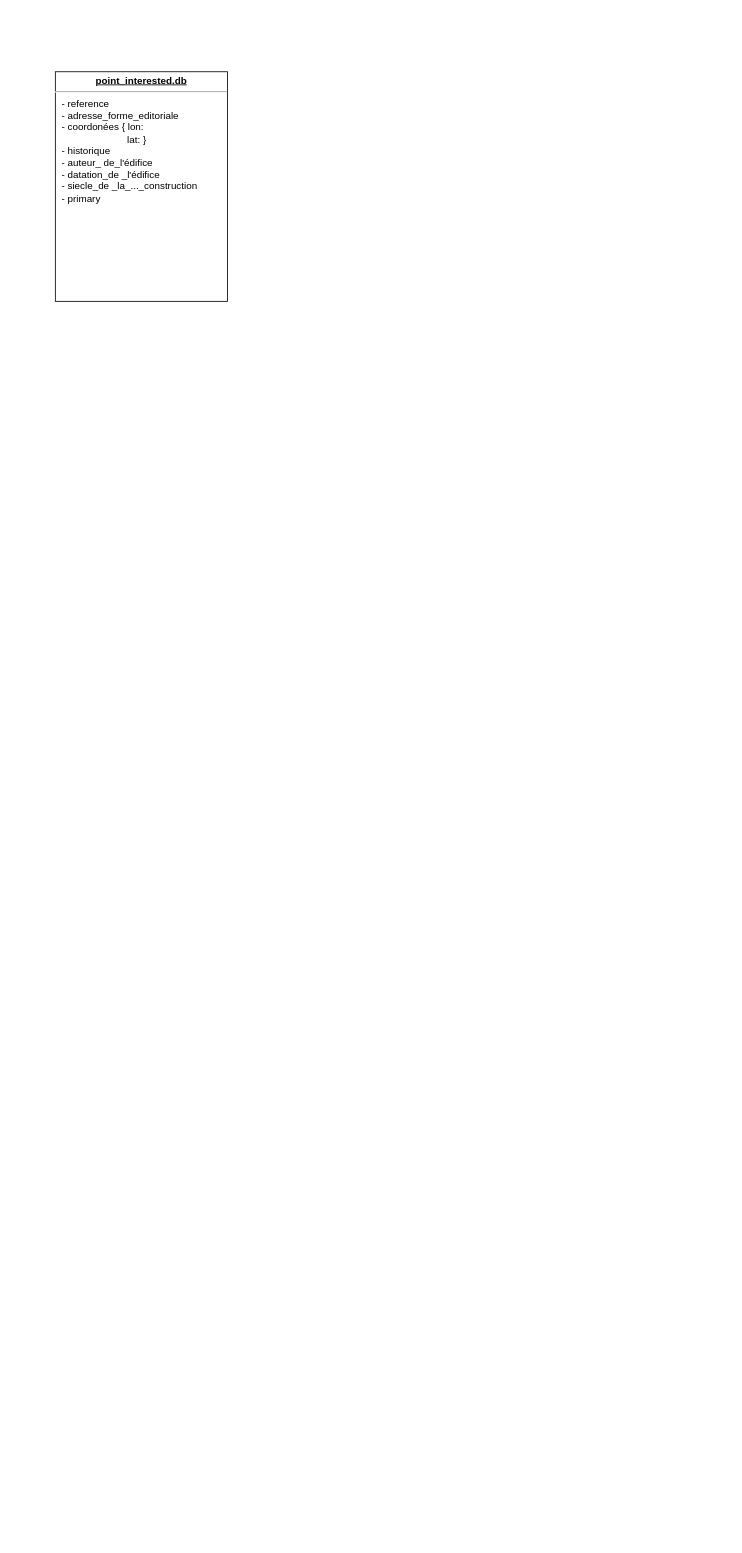
Earlier version of the draw.io diagram Diagramme sans nom.drawio (Bazajee/StepOut). Source tidied: cells renumbered, new cells numbered last; positions are measured from the earlier drawing's top-left corner, leaving out a move shared by most shapes. Both pictures are drawn from the tidied source at 82%, with x=0, y=0 at pixel (55, 71).
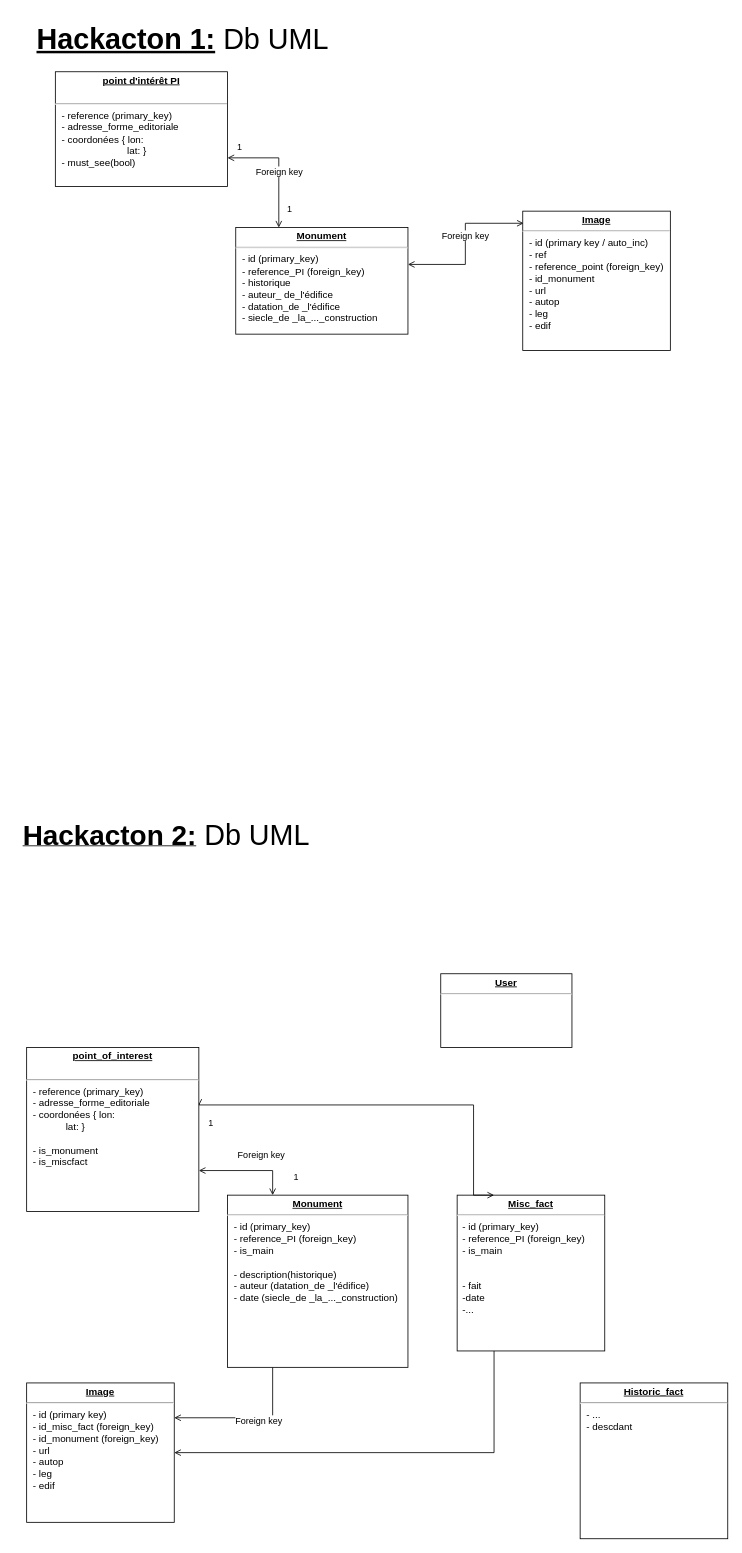
The same page after the edit.

Commit message:
Mettre à jour Diagramme sans nom.drawio

Diff of the diagram source:
```diff
@@
-    <mxCell id="2" value="&lt;p style=&quot;margin:0px;margin-top:4px;text-align:center;text-decoration:underline;&quot;&gt;&lt;b&gt;point_interested.db&lt;/b&gt;&lt;br&gt;&lt;/p&gt;&lt;hr&gt;&lt;p style=&quot;margin:0px;margin-left:8px;&quot;&gt;- reference &lt;br&gt;&lt;/p&gt;&lt;p style=&quot;margin:0px;margin-left:8px;&quot;&gt;- adresse_forme_editoriale&lt;/p&gt;&lt;p style=&quot;margin:0px;margin-left:8px;&quot;&gt;- coordonées { lon:&lt;/p&gt;&lt;p style=&quot;margin:0px;margin-left:8px;&quot;&gt;&lt;span style=&quot;white-space: pre;&quot;&gt;&#9;&lt;/span&gt;&lt;span style=&quot;white-space: pre;&quot;&gt;&#9;&lt;/span&gt;&lt;span style=&quot;white-space: pre;&quot;&gt;&#9;&lt;/span&gt;lat: }&lt;/p&gt;&lt;p style=&quot;margin:0px;margin-left:8px;&quot;&gt;- historique&lt;/p&gt;&lt;p style=&quot;margin:0px;margin-left:8px;&quot;&gt;- auteur_ de_l'édifice&lt;/p&gt;&lt;p style=&quot;margin:0px;margin-left:8px;&quot;&gt;- datation_de _l'édifice&lt;/p&gt;&lt;p style=&quot;margin:0px;margin-left:8px;&quot;&gt;- siecle_de _la_..._construction&lt;/p&gt;&lt;p style=&quot;margin:0px;margin-left:8px;&quot;&gt;- primary&lt;br&gt;&lt;/p&gt;" style="verticalAlign=top;align=left;overflow=fill;fontSize=12;fontFamily=Helvetica;html=1;whiteSpace=wrap;" parent="1" vertex="1">
-      <mxGeometry width="210" height="280" as="geometry" />
+    <mxCell id="2" value="&lt;p style=&quot;margin:0px;margin-top:4px;text-align:center;text-decoration:underline;&quot;&gt;&lt;b&gt;point d'intérêt PI&lt;/b&gt;&lt;br&gt;&lt;/p&gt;&lt;br&gt;&lt;hr&gt;&lt;p style=&quot;margin:0px;margin-left:8px;&quot;&gt;- reference (primary_key)&lt;br&gt;&lt;/p&gt;&lt;p style=&quot;margin:0px;margin-left:8px;&quot;&gt;- adresse_forme_editoriale&lt;/p&gt;&lt;p style=&quot;margin:0px;margin-left:8px;&quot;&gt;- coordonées { lon:&lt;/p&gt;&lt;p style=&quot;margin:0px;margin-left:8px;&quot;&gt;&lt;span style=&quot;white-space: pre;&quot;&gt;&#9;&lt;/span&gt;&lt;span style=&quot;white-space: pre;&quot;&gt;&#9;&lt;/span&gt;&lt;span style=&quot;white-space: pre;&quot;&gt;&#9;&lt;/span&gt;lat: }&lt;/p&gt;&lt;p style=&quot;margin:0px;margin-left:8px;&quot;&gt;- must_see(bool) &lt;br&gt;&lt;/p&gt;&lt;p style=&quot;margin:0px;margin-left:8px;&quot;&gt;&lt;br&gt;&lt;/p&gt;" style="verticalAlign=top;align=left;overflow=fill;fontSize=12;fontFamily=Helvetica;html=1;whiteSpace=wrap;" parent="1" vertex="1">
+      <mxGeometry width="210" height="140" as="geometry" />
     </mxCell>
+    <mxCell id="3" style="edgeStyle=orthogonalEdgeStyle;rounded=0;jettySize=auto;html=1;exitX=0.25;exitY=0;exitDx=0;exitDy=0;entryX=1;entryY=0.75;entryDx=0;entryDy=0;endArrow=open;endFill=0;startArrow=open;startFill=0;" parent="1" edge="1" source="5" target="2">
+      <mxGeometry relative="1" as="geometry" />
+    </mxCell>
+    <mxCell id="4" value="Foreign key" style="edgeLabel;html=1;align=center;verticalAlign=middle;" parent="3" vertex="1">
+      <mxGeometry x="0.06" y="1" relative="1" as="geometry">
+        <mxPoint x="1" y="9" as="offset" />
+      </mxGeometry>
+    </mxCell>
+    <mxCell id="5" value="&lt;p style=&quot;margin:0px;margin-top:4px;text-align:center;text-decoration:underline;&quot;&gt;&lt;b&gt;Monument&lt;/b&gt;&lt;/p&gt;&lt;hr&gt;&lt;p style=&quot;margin:0px;margin-left:8px;&quot;&gt;- id (primary_key)&lt;br&gt;&lt;/p&gt;&lt;p style=&quot;margin:0px;margin-left:8px;&quot;&gt;- reference_PI (foreign_key)&lt;br&gt;- historique&lt;/p&gt;&lt;p style=&quot;margin:0px;margin-left:8px;&quot;&gt;- auteur_ de_l'édifice&lt;/p&gt;&lt;p style=&quot;margin:0px;margin-left:8px;&quot;&gt;- datation_de _l'édifice&lt;/p&gt;&lt;p style=&quot;margin:0px;margin-left:8px;&quot;&gt;- siecle_de _la_..._construction&lt;/p&gt;&lt;p style=&quot;margin:0px;margin-left:8px;&quot;&gt;&lt;/p&gt;&lt;p style=&quot;margin:0px;margin-left:8px;&quot;&gt;&lt;/p&gt;" style="verticalAlign=top;align=left;overflow=fill;fontSize=12;fontFamily=Helvetica;html=1;whiteSpace=wrap;" parent="1" vertex="1">
+      <mxGeometry x="220" y="190" width="210" height="130" as="geometry" />
+    </mxCell>
+    <mxCell id="6" value="&lt;font style=&quot;font-size: 35px;&quot;&gt;&lt;b&gt;&lt;u&gt;&lt;font style=&quot;font-size: 35px;&quot;&gt;Hackacton 1:&lt;/font&gt;&lt;/u&gt;&lt;/b&gt; &lt;font style=&quot;font-size: 35px;&quot;&gt;Db UML&lt;/font&gt;&lt;/font&gt; " style="text;html=1;align=center;verticalAlign=middle;strokeColor=none;fillColor=none;" parent="1" vertex="1">
+      <mxGeometry x="-35" y="-70" width="380" height="60" as="geometry" />
+    </mxCell>
+    <mxCell id="7" value="&lt;b&gt;&lt;u&gt;&lt;font style=&quot;font-size: 34px;&quot;&gt;Hackacton 2:&lt;/font&gt;&lt;/u&gt;&lt;/b&gt;&lt;font style=&quot;font-size: 35px;&quot;&gt; &lt;font style=&quot;font-size: 35px;&quot;&gt;Db UML&lt;/font&gt;&lt;/font&gt;" style="text;html=1;align=center;verticalAlign=middle;strokeColor=none;fillColor=none;" parent="1" vertex="1">
+      <mxGeometry x="-50" y="900" width="370" height="60" as="geometry" />
+    </mxCell>
+    <mxCell id="8" style="edgeStyle=orthogonalEdgeStyle;rounded=0;jettySize=auto;html=1;exitX=0.25;exitY=1;exitDx=0;exitDy=0;entryX=1;entryY=0.5;entryDx=0;entryDy=0;endArrow=open;endFill=0;" parent="1" edge="1" source="9" target="22">
+      <mxGeometry relative="1" as="geometry" />
+    </mxCell>
+    <mxCell id="9" value="&lt;p style=&quot;margin:0px;margin-top:4px;text-align:center;text-decoration:underline;&quot;&gt;&lt;b&gt;Misc_fact&lt;br&gt;&lt;/b&gt;&lt;/p&gt;&lt;hr&gt;&lt;div&gt;&amp;nbsp; - id (primary_key)&lt;br&gt;&lt;/div&gt;&lt;div&gt;&amp;nbsp; - reference_PI (foreign_key)&lt;/div&gt;&lt;div&gt;&amp;nbsp; - is_main&lt;/div&gt;&lt;div&gt;&lt;br&gt;&lt;/div&gt;&lt;div&gt;&lt;br&gt;&lt;/div&gt;&lt;div&gt;&amp;nbsp; - fait&amp;nbsp; &lt;br&gt;&lt;/div&gt;&lt;div&gt;&amp;nbsp; -date&lt;/div&gt;&lt;div&gt;&amp;nbsp; -...&lt;br&gt;&lt;/div&gt;" style="verticalAlign=top;align=left;overflow=fill;fontSize=12;fontFamily=Helvetica;html=1;whiteSpace=wrap;" parent="1" vertex="1">
+      <mxGeometry x="490" y="1370" width="180" height="190" as="geometry" />
+    </mxCell>
+    <mxCell id="10" style="edgeStyle=orthogonalEdgeStyle;rounded=0;jettySize=auto;html=1;entryX=1;entryY=0.346;entryDx=0;entryDy=0;startArrow=open;startFill=0;endArrow=open;endFill=0;entryPerimeter=0;exitX=0.006;exitY=0.087;exitDx=0;exitDy=0;exitPerimeter=0;strokeColor=default;" parent="1" edge="1" source="12" target="5">
+      <mxGeometry relative="1" as="geometry" />
+    </mxCell>
+    <mxCell id="11" value="Foreign key" style="edgeLabel;html=1;align=center;verticalAlign=middle;" parent="10" vertex="1">
+      <mxGeometry x="0.41" y="3" relative="1" as="geometry">
+        <mxPoint x="13" y="-38" as="offset" />
+      </mxGeometry>
+    </mxCell>
+    <mxCell id="12" value="&lt;p style=&quot;margin:0px;margin-top:4px;text-align:center;text-decoration:underline;&quot;&gt;&lt;b&gt;Image&lt;/b&gt;&lt;/p&gt;&lt;hr&gt;&lt;p style=&quot;margin:0px;margin-left:8px;&quot;&gt;- id (primary key / auto_inc)&lt;/p&gt;&lt;p style=&quot;margin:0px;margin-left:8px;&quot;&gt;- ref&lt;/p&gt;&lt;p style=&quot;margin:0px;margin-left:8px;&quot;&gt;- reference_point (foreign_key)&lt;br&gt;&lt;/p&gt;&lt;p style=&quot;margin:0px;margin-left:8px;&quot;&gt;- id_monument&lt;br&gt;&lt;/p&gt;&lt;p style=&quot;margin:0px;margin-left:8px;&quot;&gt;- url&lt;/p&gt;&lt;p style=&quot;margin:0px;margin-left:8px;&quot;&gt;- autop&lt;/p&gt;&lt;p style=&quot;margin:0px;margin-left:8px;&quot;&gt;- leg&lt;/p&gt;&lt;p style=&quot;margin:0px;margin-left:8px;&quot;&gt;- edif&lt;br&gt;&lt;/p&gt;" style="verticalAlign=top;align=left;overflow=fill;fontSize=12;fontFamily=Helvetica;html=1;whiteSpace=wrap;" parent="1" vertex="1">
+      <mxGeometry x="570" y="170" width="180" height="170" as="geometry" />
+    </mxCell>
+    <mxCell id="13" value="1" style="edgeLabel;html=1;align=left;verticalAlign=bottom;" parent="1" vertex="1">
+      <mxGeometry x="220" y="100" as="geometry" />
+    </mxCell>
+    <mxCell id="14" value="1" style="edgeLabel;html=1;align=right;verticalAlign=bottom;" parent="1" vertex="1">
+      <mxGeometry x="510" y="180" as="geometry">
+        <mxPoint x="-221" y="-4" as="offset" />
+      </mxGeometry>
+    </mxCell>
+    <mxCell id="15" style="edgeStyle=orthogonalEdgeStyle;rounded=0;jettySize=auto;html=1;startArrow=open;startFill=0;endArrow=open;endFill=0;entryX=0.25;entryY=0;entryDx=0;entryDy=0;" parent="1" edge="1" target="9">
+      <mxGeometry relative="1" as="geometry">
+        <mxPoint x="175" y="1261" as="sourcePoint" />
+        <Array as="points">
+          <mxPoint x="175" y="1260" />
+          <mxPoint x="510" y="1260" />
+        </Array>
+      </mxGeometry>
+    </mxCell>
+    <mxCell id="16" value="&lt;p style=&quot;margin:0px;margin-top:4px;text-align:center;text-decoration:underline;&quot;&gt;&lt;b&gt;point_of_interest&lt;/b&gt;&lt;br&gt;&lt;/p&gt;&lt;br&gt;&lt;hr&gt;&lt;p style=&quot;margin:0px;margin-left:8px;&quot;&gt;- reference (primary_key)&lt;br&gt;&lt;/p&gt;&lt;p style=&quot;margin:0px;margin-left:8px;&quot;&gt;- adresse_forme_editoriale&lt;/p&gt;&lt;p style=&quot;margin:0px;margin-left:8px;&quot;&gt;- coordonées { lon:&lt;/p&gt;&lt;p style=&quot;margin:0px;margin-left:8px;&quot;&gt;&lt;span style=&quot;&quot;&gt;&lt;span style=&quot;&quot;&gt;&amp;nbsp;&amp;nbsp;&amp;nbsp;&amp;nbsp;&lt;/span&gt;&lt;/span&gt;&lt;span style=&quot;&quot;&gt;&lt;span style=&quot;&quot;&gt;&amp;nbsp;&amp;nbsp;&amp;nbsp;&amp;nbsp;&lt;/span&gt;&lt;/span&gt;&lt;span style=&quot;&quot;&gt;&lt;span style=&quot;&quot;&gt;&amp;nbsp;&amp;nbsp;&amp;nbsp;&amp;nbsp;&lt;/span&gt;&lt;/span&gt;lat: }&lt;/p&gt;&lt;p style=&quot;margin:0px;margin-left:8px;&quot;&gt;&lt;br&gt;&lt;/p&gt;&lt;p style=&quot;margin:0px;margin-left:8px;&quot;&gt;- is_monument&lt;/p&gt;&lt;p style=&quot;margin:0px;margin-left:8px;&quot;&gt;- is_miscfact&lt;/p&gt;&lt;p style=&quot;margin:0px;margin-left:8px;&quot;&gt;&lt;br&gt;&lt;/p&gt;&lt;p style=&quot;margin:0px;margin-left:8px;&quot;&gt;&lt;br&gt;&lt;/p&gt;" style="verticalAlign=top;align=left;overflow=fill;fontSize=12;fontFamily=Helvetica;html=1;whiteSpace=wrap;" parent="1" vertex="1">
+      <mxGeometry x="-35" y="1190" width="210" height="200" as="geometry" />
+    </mxCell>
+    <mxCell id="17" style="edgeStyle=orthogonalEdgeStyle;rounded=0;jettySize=auto;html=1;exitX=0.25;exitY=0;exitDx=0;exitDy=0;entryX=1;entryY=0.75;entryDx=0;entryDy=0;endArrow=open;endFill=0;startArrow=open;startFill=0;" parent="1" edge="1" source="21" target="16">
+      <mxGeometry relative="1" as="geometry" />
+    </mxCell>
+    <mxCell id="18" value="Foreign key" style="edgeLabel;html=1;align=center;verticalAlign=middle;" parent="17" vertex="1">
+      <mxGeometry x="0.06" y="1" relative="1" as="geometry">
+        <mxPoint x="19" y="-21" as="offset" />
+      </mxGeometry>
+    </mxCell>
+    <mxCell id="19" style="edgeStyle=orthogonalEdgeStyle;rounded=0;jettySize=auto;html=1;exitX=0.25;exitY=1;exitDx=0;exitDy=0;entryX=1;entryY=0.25;entryDx=0;entryDy=0;startArrow=none;startFill=0;endArrow=open;endFill=0;" parent="1" edge="1" source="21" target="22">
+      <mxGeometry relative="1" as="geometry" />
+    </mxCell>
+    <mxCell id="20" value="Foreign key" style="edgeLabel;html=1;align=center;verticalAlign=middle;" parent="19" vertex="1">
+      <mxGeometry x="-0.13" y="3" relative="1" as="geometry" />
+    </mxCell>
+    <mxCell id="21" value="&lt;p style=&quot;margin:0px;margin-top:4px;text-align:center;text-decoration:underline;&quot;&gt;&lt;b&gt;Monument&lt;/b&gt;&lt;/p&gt;&lt;hr&gt;&lt;p style=&quot;margin:0px;margin-left:8px;&quot;&gt;- id (primary_key)&lt;br&gt;&lt;/p&gt;&lt;p style=&quot;margin:0px;margin-left:8px;&quot;&gt;- reference_PI (foreign_key)&lt;/p&gt;&lt;p style=&quot;margin:0px;margin-left:8px;&quot;&gt;- is_main&lt;/p&gt;&lt;p style=&quot;margin:0px;margin-left:8px;&quot;&gt;&lt;br&gt;&lt;/p&gt;&lt;p style=&quot;margin:0px;margin-left:8px;&quot;&gt;&lt;/p&gt;&lt;p style=&quot;margin:0px;margin-left:8px;&quot;&gt;- description(historique)&lt;br&gt;&lt;/p&gt;&lt;p style=&quot;margin:0px;margin-left:8px;&quot;&gt;- auteur (datation_de _l'édifice)&lt;/p&gt;&lt;p style=&quot;margin:0px;margin-left:8px;&quot;&gt;- date (siecle_de _la_..._construction)&lt;/p&gt;&lt;p style=&quot;margin:0px;margin-left:8px;&quot;&gt;&lt;/p&gt;&lt;p style=&quot;margin:0px;margin-left:8px;&quot;&gt;&lt;/p&gt;" style="verticalAlign=top;align=left;overflow=fill;fontSize=12;fontFamily=Helvetica;html=1;whiteSpace=wrap;" parent="1" vertex="1">
+      <mxGeometry x="210" y="1370" width="220" height="210" as="geometry" />
+    </mxCell>
+    <mxCell id="22" value="&lt;p style=&quot;margin:0px;margin-top:4px;text-align:center;text-decoration:underline;&quot;&gt;&lt;b&gt;Image&lt;/b&gt;&lt;/p&gt;&lt;hr&gt;&lt;p style=&quot;margin:0px;margin-left:8px;&quot;&gt;- id (primary key)&lt;/p&gt;&lt;p style=&quot;margin:0px;margin-left:8px;&quot;&gt;- id_misc_fact (foreign_key)&lt;br&gt;&lt;/p&gt;&lt;p style=&quot;margin:0px;margin-left:8px;&quot;&gt;- id_monument (foreign_key)&lt;br&gt;&lt;/p&gt;&lt;p style=&quot;margin:0px;margin-left:8px;&quot;&gt;- url&lt;/p&gt;&lt;p style=&quot;margin:0px;margin-left:8px;&quot;&gt;- autop&lt;/p&gt;&lt;p style=&quot;margin:0px;margin-left:8px;&quot;&gt;- leg&lt;/p&gt;&lt;p style=&quot;margin:0px;margin-left:8px;&quot;&gt;- edif&lt;br&gt;&lt;/p&gt;" style="verticalAlign=top;align=left;overflow=fill;fontSize=12;fontFamily=Helvetica;html=1;whiteSpace=wrap;" parent="1" vertex="1">
+      <mxGeometry x="-35" y="1599" width="180" height="170" as="geometry" />
+    </mxCell>
+    <mxCell id="23" value="1" style="edgeLabel;html=1;align=left;verticalAlign=bottom;" parent="1" vertex="1">
+      <mxGeometry x="185" y="1290" as="geometry" />
+    </mxCell>
+    <mxCell id="24" value="1" style="edgeLabel;html=1;align=right;verticalAlign=bottom;" parent="1" vertex="1">
+      <mxGeometry x="518" y="1360" as="geometry">
+        <mxPoint x="-221" y="-4" as="offset" />
+      </mxGeometry>
+    </mxCell>
+    <mxCell id="25" value="&lt;p style=&quot;margin:0px;margin-top:4px;text-align:center;text-decoration:underline;&quot;&gt;&lt;b&gt;User&lt;/b&gt;&lt;/p&gt;&lt;hr&gt;" style="verticalAlign=top;align=left;overflow=fill;fontSize=12;fontFamily=Helvetica;html=1;whiteSpace=wrap;" parent="1" vertex="1">
+      <mxGeometry x="470" y="1100" width="160" height="90" as="geometry" />
+    </mxCell>
+    <mxCell id="26" value="&lt;p style=&quot;margin:0px;margin-top:4px;text-align:center;text-decoration:underline;&quot;&gt;&lt;b&gt;Historic_fact&lt;/b&gt;&lt;br&gt;&lt;/p&gt;&lt;hr&gt;&lt;p style=&quot;margin:0px;margin-left:8px;&quot;&gt;- ...&lt;/p&gt;&lt;p style=&quot;margin:0px;margin-left:8px;&quot;&gt;- descdant &lt;br&gt;&lt;/p&gt;" style="verticalAlign=top;align=left;overflow=fill;fontSize=12;fontFamily=Helvetica;html=1;whiteSpace=wrap;" parent="1" vertex="1">
+      <mxGeometry x="640" y="1599" width="180" height="190" as="geometry" />
+    </mxCell>
```
